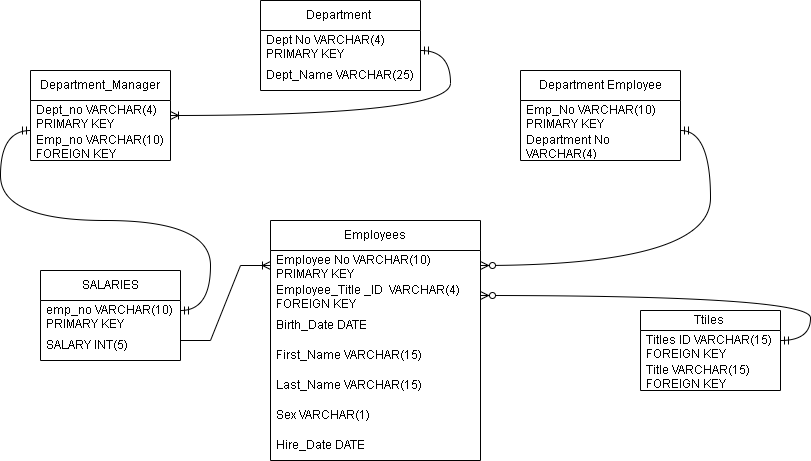
This is Untitled Diagram.drawio.png from gv-priya/SQL-challenge, a draw.io export, as it was before one commit. Source tidied: cells renumbered, new cells last; positions are measured from the earlier drawing's top-left corner, leaving out a move shared by most shapes.
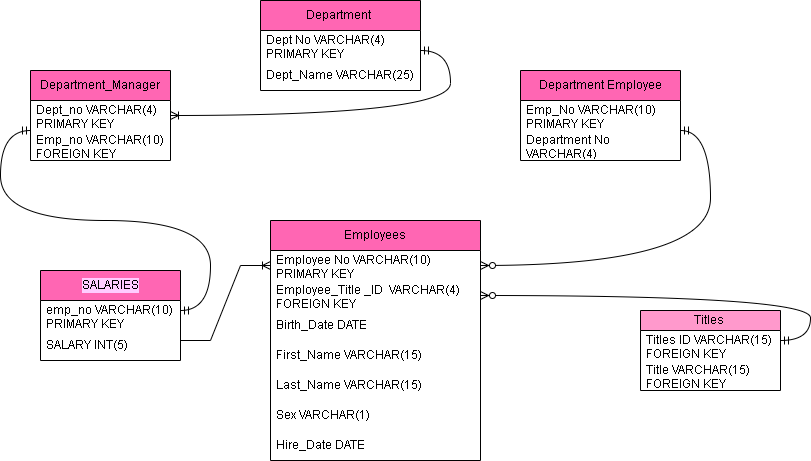
After the change.

Diff of the diagram source:
```diff
@@ -2,7 +2,7 @@
   <root>
     <mxCell id="0" />
     <mxCell id="1" parent="0" />
-    <mxCell id="2" value="Department_Manager" style="swimlane;fontStyle=0;horizontal=1;startSize=30;whiteSpace=wrap;html=1;" parent="1" vertex="1">
+    <mxCell id="2" value="Department_Manager" style="swimlane;fontStyle=0;horizontal=1;startSize=30;whiteSpace=wrap;html=1;fillColor=#FF66B3;" parent="1" vertex="1">
       <mxGeometry y="70" width="140" height="90" as="geometry" />
     </mxCell>
     <mxCell id="3" value="Dept_no VARCHAR(4) PRIMARY KEY" style="text;strokeColor=none;fillColor=none;align=left;verticalAlign=middle;spacingLeft=4;spacingRight=4;overflow=hidden;points=[[0,0.5],[1,0.5]];portConstraint=eastwest;whiteSpace=wrap;html=1;" parent="2" vertex="1">
@@ -11,7 +11,7 @@
     <mxCell id="4" value="Emp_no VARCHAR(10) FOREIGN KEY" style="text;strokeColor=none;fillColor=none;align=left;verticalAlign=middle;spacingLeft=4;spacingRight=4;overflow=hidden;whiteSpace=wrap;html=1;" parent="2" vertex="1">
       <mxGeometry y="60" width="140" height="30" as="geometry" />
     </mxCell>
-    <mxCell id="5" value="Department&amp;nbsp;" style="swimlane;fontStyle=0;horizontal=1;startSize=30;whiteSpace=wrap;html=1;" parent="1" vertex="1">
+    <mxCell id="5" value="Department&amp;nbsp;" style="swimlane;fontStyle=0;horizontal=1;startSize=30;whiteSpace=wrap;html=1;fillColor=#FF66B3;" parent="1" vertex="1">
       <mxGeometry x="230" width="160" height="90" as="geometry" />
     </mxCell>
     <mxCell id="6" value="Dept No VARCHAR(4) PRIMARY KEY" style="text;strokeColor=none;fillColor=none;align=left;verticalAlign=middle;spacingLeft=4;spacingRight=4;overflow=hidden;whiteSpace=wrap;html=1;" parent="5" vertex="1">
@@ -20,7 +20,7 @@
     <mxCell id="7" value="Dept_Name VARCHAR(25)" style="text;strokeColor=none;fillColor=none;align=left;verticalAlign=middle;spacingLeft=4;spacingRight=4;overflow=hidden;whiteSpace=wrap;html=1;" parent="5" vertex="1">
       <mxGeometry y="60" width="160" height="30" as="geometry" />
     </mxCell>
-    <mxCell id="8" value="Department Employee" style="swimlane;fontStyle=0;horizontal=1;startSize=30;whiteSpace=wrap;html=1;" parent="1" vertex="1">
+    <mxCell id="8" value="Department Employee" style="swimlane;fontStyle=0;horizontal=1;startSize=30;whiteSpace=wrap;html=1;fillColor=#FF66B3;" parent="1" vertex="1">
       <mxGeometry x="490" y="70" width="160" height="90" as="geometry" />
     </mxCell>
     <mxCell id="9" value="Emp_No VARCHAR(10) PRIMARY KEY" style="text;strokeColor=none;fillColor=none;align=left;verticalAlign=middle;spacingLeft=4;spacingRight=4;overflow=hidden;whiteSpace=wrap;html=1;" parent="8" vertex="1">
@@ -29,7 +29,7 @@
     <mxCell id="10" value="Department No VARCHAR(4)" style="text;strokeColor=none;fillColor=none;align=left;verticalAlign=middle;spacingLeft=4;spacingRight=4;overflow=hidden;whiteSpace=wrap;html=1;" parent="8" vertex="1">
       <mxGeometry y="60" width="160" height="30" as="geometry" />
     </mxCell>
-    <mxCell id="11" value="Employees" style="swimlane;fontStyle=0;horizontal=1;startSize=30;whiteSpace=wrap;html=1;" parent="1" vertex="1">
+    <mxCell id="11" value="Employees" style="swimlane;fontStyle=0;horizontal=1;startSize=30;whiteSpace=wrap;html=1;fillColor=#FF66B3;" parent="1" vertex="1">
       <mxGeometry x="240" y="220" width="210" height="240" as="geometry" />
     </mxCell>
     <mxCell id="12" value="Employee No VARCHAR(10)&amp;nbsp; PRIMARY KEY" style="text;strokeColor=none;fillColor=none;align=left;verticalAlign=middle;spacingLeft=4;spacingRight=4;overflow=hidden;points=[[0,0.5],[1,0.5]];portConstraint=eastwest;whiteSpace=wrap;html=1;" parent="11" vertex="1">
@@ -53,7 +53,7 @@
     <mxCell id="18" value="Hire_Date DATE" style="text;strokeColor=none;fillColor=none;align=left;verticalAlign=middle;spacingLeft=4;spacingRight=4;overflow=hidden;whiteSpace=wrap;html=1;" parent="11" vertex="1">
       <mxGeometry y="210" width="210" height="30" as="geometry" />
     </mxCell>
-    <mxCell id="19" value="Ttiles&amp;nbsp;" style="swimlane;fontStyle=0;horizontal=1;startSize=20;whiteSpace=wrap;html=1;direction=east;" parent="1" vertex="1">
+    <mxCell id="19" value="Titles&amp;nbsp;" style="swimlane;fontStyle=0;horizontal=1;startSize=20;whiteSpace=wrap;html=1;direction=east;fillColor=#FF99CC;" parent="1" vertex="1">
       <mxGeometry x="610" y="310" width="140" height="80" as="geometry" />
     </mxCell>
     <mxCell id="20" value="Titles ID VARCHAR(15) FOREIGN KEY" style="text;strokeColor=none;fillColor=none;align=left;verticalAlign=middle;spacingLeft=4;spacingRight=4;overflow=hidden;whiteSpace=wrap;html=1;" parent="19" vertex="1">
@@ -62,7 +62,7 @@
     <mxCell id="21" value="Title VARCHAR(15) FOREIGN KEY" style="text;strokeColor=none;fillColor=none;align=left;verticalAlign=middle;spacingLeft=4;spacingRight=4;overflow=hidden;whiteSpace=wrap;html=1;" parent="19" vertex="1">
       <mxGeometry y="50" width="140" height="30" as="geometry" />
     </mxCell>
-    <mxCell id="22" value="SALARIES" style="swimlane;fontStyle=0;horizontal=1;startSize=30;whiteSpace=wrap;html=1;" parent="1" vertex="1">
+    <mxCell id="22" value="SALARIES" style="swimlane;fontStyle=0;horizontal=1;startSize=30;whiteSpace=wrap;html=1;fillColor=#FF66B3;labelBackgroundColor=#FFCCFF;" parent="1" vertex="1">
       <mxGeometry x="10" y="270" width="140" height="90" as="geometry" />
     </mxCell>
     <mxCell id="23" value="emp_no VARCHAR(10) PRIMARY KEY" style="text;strokeColor=none;fillColor=none;align=left;verticalAlign=middle;spacingLeft=4;spacingRight=4;overflow=hidden;whiteSpace=wrap;html=1;" parent="22" vertex="1">
```
